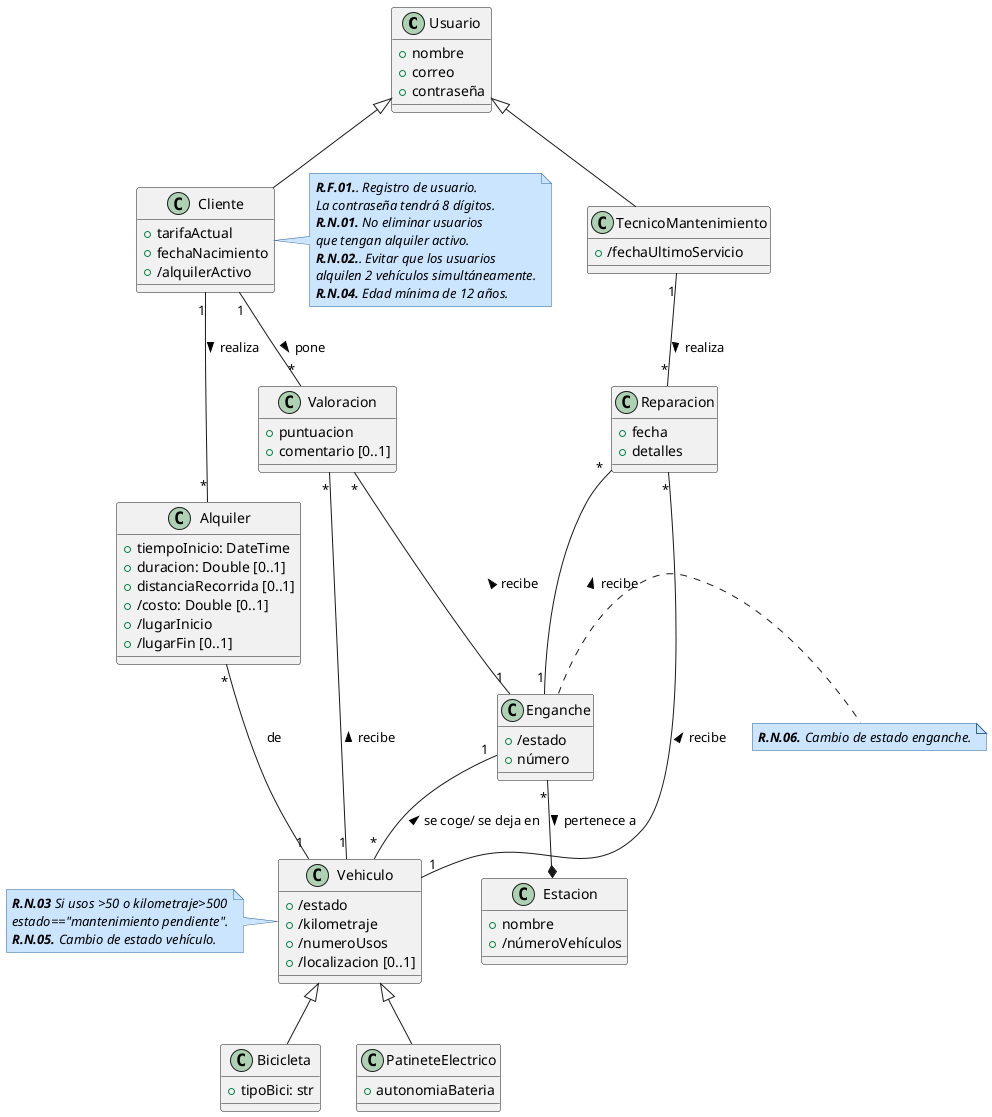
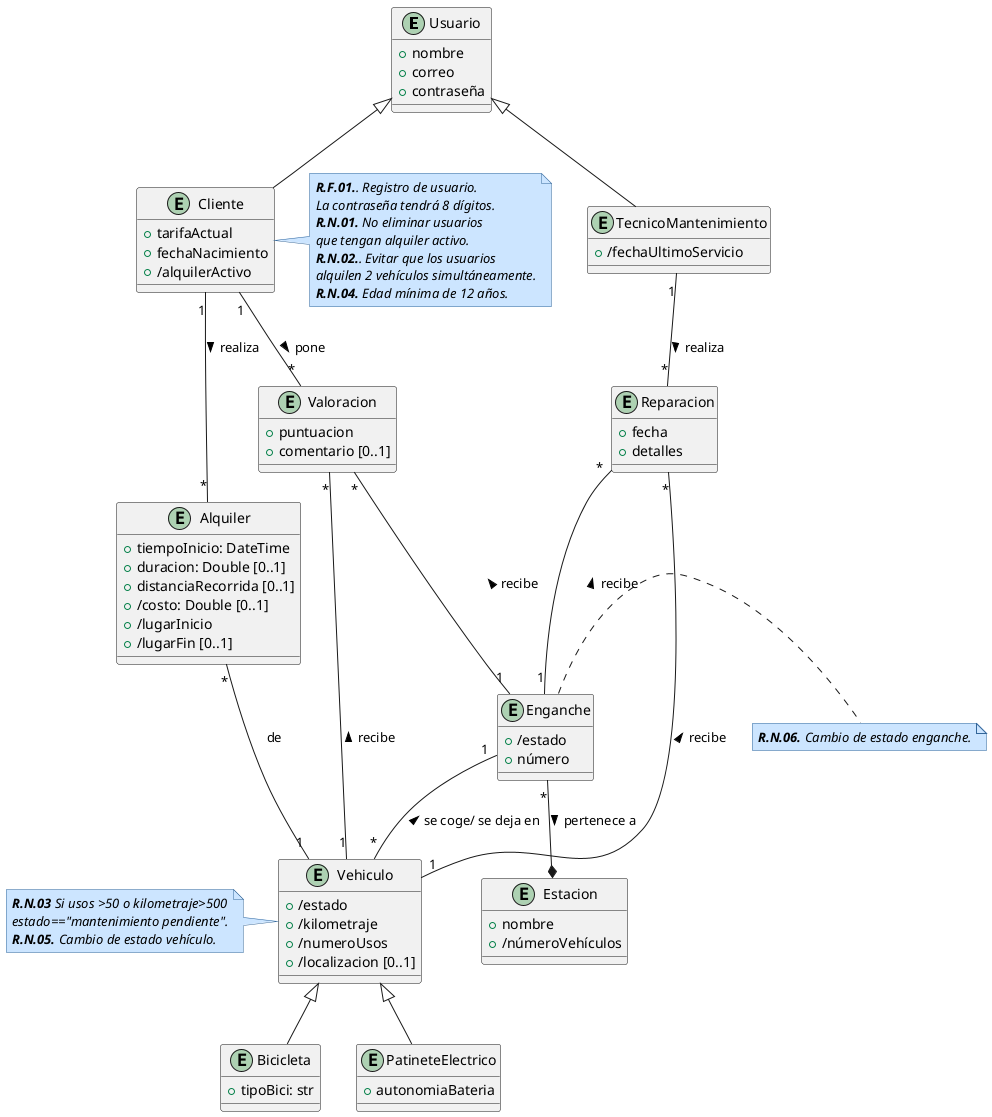
@startuml DiagramaClases

skinparam note {
  BackgroundColor #cce5ff
  BorderColor #336699
  FontStyle italic
}

- class Usuario {
+ entity Usuario {
    +nombre
    +correo
    +contraseña
}

- class Cliente {
+ entity Cliente {
    +tarifaActual
    +fechaNacimiento
    +/alquilerActivo
}
note right
'''
 **R.F.01.**. Registro de usuario.
 La contraseña tendrá 8 dígitos.
 **R.N.01.** No eliminar usuarios
 que tengan alquiler activo.
 **R.N.02.**. Evitar que los usuarios
 alquilen 2 vehículos simultáneamente.
 **R.N.04.** Edad mínima de 12 años.
'''
end note


- class TecnicoMantenimiento {
+ entity TecnicoMantenimiento {
    +/fechaUltimoServicio
}

- class Reparacion {
+ entity Reparacion {
    +fecha
    +detalles
}

- class Valoracion {
+ entity Valoracion {
    +puntuacion
    +comentario [0..1]
}

/'
La distancia recorrida la cuenta el vehículo con un
medidor incorporado y solo se registra cuando termina el recorrido.
Por eso mismo no es derivada de lugar inicio o fin, porque si no si acabas
en el mismo sitio la distancia recorrida sería 0.
'/
- class Alquiler {
+ entity Alquiler {
    +tiempoInicio: DateTime
    +duracion: Double [0..1]
    +distanciaRecorrida [0..1]
    +/costo: Double [0..1]
    +/lugarInicio
    +/lugarFin [0..1]
}

/'
La localización del vehículo se muestra cuando se guarda el vehículo.
No se guarda localización por GPS.
'/
- class Vehiculo {
+ entity Vehiculo {
    +/estado
    +/kilometraje
    +/numeroUsos
    +/localizacion [0..1]
}
note left
'''
 **R.N.03** Si usos >50 o kilometraje>500
 estado=="mantenimiento pendiente".
 **R.N.05.** Cambio de estado vehículo.
'''
end note

- class Estacion {
+ entity Estacion {
    +nombre
    +/númeroVehículos
}

- class Enganche {
+ entity Enganche {
    +/estado
    +número
}
note right
'''
 **R.N.06.** Cambio de estado enganche.
'''
end note

- class Bicicleta {
+ entity Bicicleta {
    +tipoBici: str
}

- class PatineteElectrico {
+ entity PatineteElectrico {
    +autonomiaBateria
}

Usuario <|-- Cliente
Usuario <|-- TecnicoMantenimiento

Enganche "*"--* Estacion : pertenece a >

'Relación directa valoraciones'
Cliente "1"--"*" Valoracion : pone >
Valoracion "*"--"1" Vehiculo : recibe <
Valoracion "*"--"1" Enganche : recibe <

TecnicoMantenimiento "1"--"*" Reparacion : realiza >
Reparacion "*"--"1" Vehiculo : recibe <
Reparacion "*"--"1" Enganche : recibe <

Enganche "1" --"*" Vehiculo : se coge/ se deja en <


'Relacion de Alquileres'
Cliente "1"--"*"  Alquiler: realiza >

Alquiler "*"--"1" Vehiculo: de

Vehiculo <|-- Bicicleta
Vehiculo <|-- PatineteElectrico


@enduml